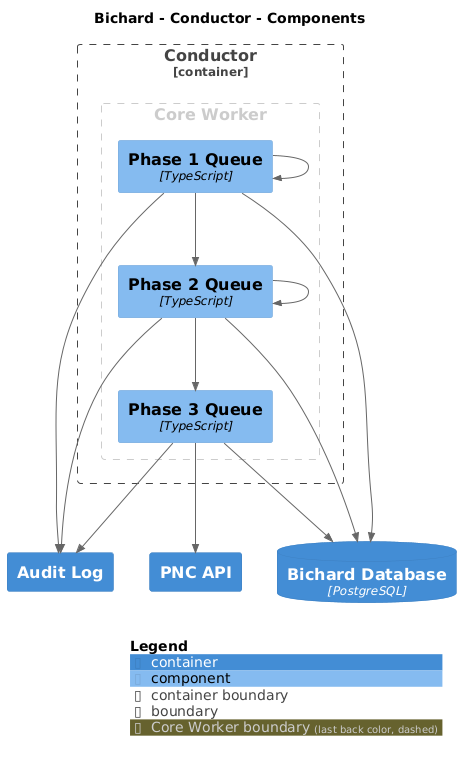
Earlier version of the PlantUML export main/png/Component-001.png (ministryofjustice/bichard7-next-core).
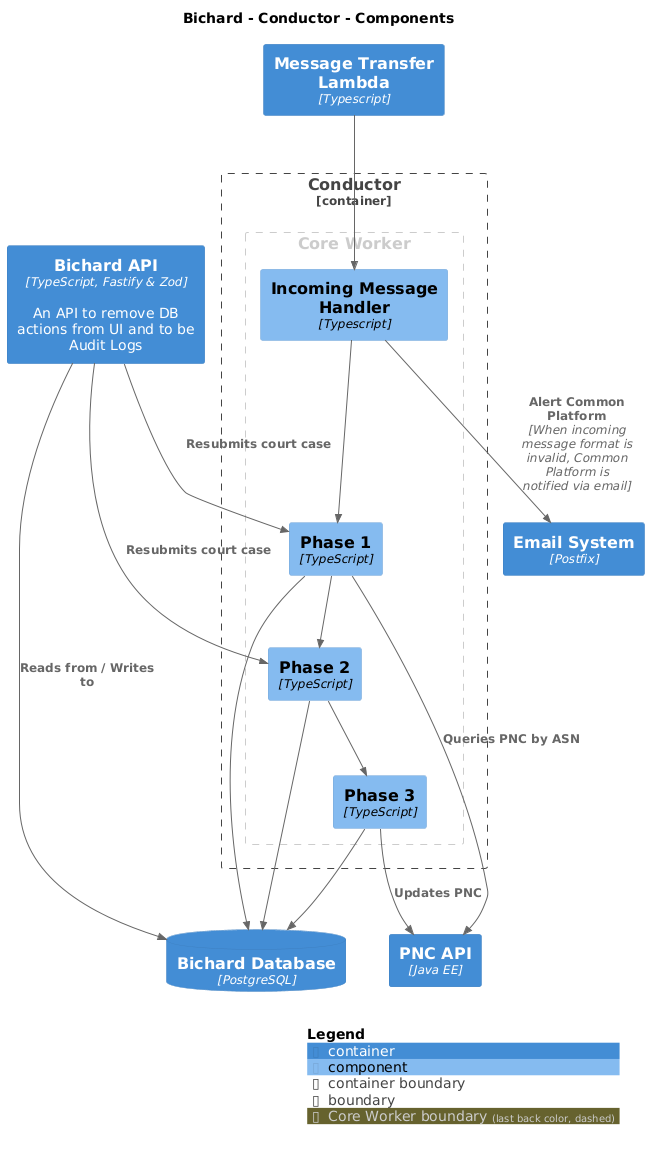
The same diagram one commit later.

The edit, as a diff of the source:
```diff
@@ -9,31 +9,36 @@
 !include <C4/C4_Container>
 !include <C4/C4_Component>
 
+Container(Bichard.MessageTransferLambda, "Message Transfer Lambda", $techn="Typescript", $descr="", $tags="", $link="")
 ContainerDb(Bichard.BichardDatabase, "Bichard Database", $techn="PostgreSQL", $descr="", $tags="", $link="")
-Container(Bichard.AuditLog, "Audit Log", $techn="", $descr="", $tags="", $link="")
-Container(Bichard.PNCAPI, "PNC API", $techn="", $descr="", $tags="", $link="")
+Container(Bichard.EmailSystem, "Email System", $techn="Postfix", $descr="", $tags="", $link="")
+Container(Bichard.PNCAPI, "PNC API", $techn="Java EE", $descr="", $tags="", $link="")
+Container(Bichard.BichardAPI, "Bichard API", $techn="TypeScript, Fastify & Zod", $descr="An API to remove DB actions from UI and to be Audit Logs", $tags="", $link="")
 
 Container_Boundary("Bichard.Conductor_boundary", "Conductor", $tags="") {
   AddBoundaryTag("Core Worker", $borderColor="#cccccc", $fontColor="#cccccc", $borderStyle="dashed")
   Boundary(group_1, "Core Worker", $tags="Core Worker") {
-    Component(Bichard.Conductor.Phase1Queue, "Phase 1 Queue", $techn="TypeScript", $descr="", $tags="", $link="")
-    Component(Bichard.Conductor.Phase2Queue, "Phase 2 Queue", $techn="TypeScript", $descr="", $tags="", $link="")
-    Component(Bichard.Conductor.Phase3Queue, "Phase 3 Queue", $techn="TypeScript", $descr="", $tags="", $link="")
+    Component(Bichard.Conductor.IncomingMessageHandler, "Incoming Message Handler", $techn="Typescript", $descr="", $tags="", $link="")
+    Component(Bichard.Conductor.Phase1, "Phase 1", $techn="TypeScript", $descr="", $tags="", $link="")
+    Component(Bichard.Conductor.Phase2, "Phase 2", $techn="TypeScript", $descr="", $tags="", $link="")
+    Component(Bichard.Conductor.Phase3, "Phase 3", $techn="TypeScript", $descr="", $tags="", $link="")
   }
 
 }
 
-Rel(Bichard.Conductor.Phase1Queue, Bichard.Conductor.Phase1Queue, "", $techn="", $tags="", $link="")
-Rel(Bichard.Conductor.Phase1Queue, Bichard.Conductor.Phase2Queue, "", $techn="", $tags="", $link="")
-Rel(Bichard.Conductor.Phase2Queue, Bichard.Conductor.Phase2Queue, "", $techn="", $tags="", $link="")
-Rel(Bichard.Conductor.Phase2Queue, Bichard.Conductor.Phase3Queue, "", $techn="", $tags="", $link="")
-Rel(Bichard.Conductor.Phase1Queue, Bichard.AuditLog, "", $techn="", $tags="", $link="")
-Rel(Bichard.Conductor.Phase2Queue, Bichard.AuditLog, "", $techn="", $tags="", $link="")
-Rel(Bichard.Conductor.Phase3Queue, Bichard.AuditLog, "", $techn="", $tags="", $link="")
-Rel(Bichard.Conductor.Phase3Queue, Bichard.PNCAPI, "", $techn="", $tags="", $link="")
-Rel(Bichard.Conductor.Phase1Queue, Bichard.BichardDatabase, "", $techn="", $tags="", $link="")
-Rel(Bichard.Conductor.Phase2Queue, Bichard.BichardDatabase, "", $techn="", $tags="", $link="")
-Rel(Bichard.Conductor.Phase3Queue, Bichard.BichardDatabase, "", $techn="", $tags="", $link="")
+Rel(Bichard.MessageTransferLambda, Bichard.Conductor.IncomingMessageHandler, "", $techn="", $tags="", $link="")
+Rel(Bichard.Conductor.IncomingMessageHandler, Bichard.Conductor.Phase1, "", $techn="", $tags="", $link="")
+Rel(Bichard.Conductor.Phase1, Bichard.Conductor.Phase2, "", $techn="", $tags="", $link="")
+Rel(Bichard.Conductor.Phase2, Bichard.Conductor.Phase3, "", $techn="", $tags="", $link="")
+Rel(Bichard.Conductor.Phase1, Bichard.PNCAPI, "Queries PNC by ASN", $techn="", $tags="", $link="")
+Rel(Bichard.Conductor.Phase3, Bichard.PNCAPI, "Updates PNC", $techn="", $tags="", $link="")
+Rel(Bichard.Conductor.Phase1, Bichard.BichardDatabase, "", $techn="", $tags="", $link="")
+Rel(Bichard.Conductor.Phase2, Bichard.BichardDatabase, "", $techn="", $tags="", $link="")
+Rel(Bichard.Conductor.Phase3, Bichard.BichardDatabase, "", $techn="", $tags="", $link="")
+Rel(Bichard.Conductor.IncomingMessageHandler, Bichard.EmailSystem, "Alert Common Platform", $techn="When incoming message format is invalid, Common Platform is notified via email", $tags="", $link="")
+Rel(Bichard.BichardAPI, Bichard.Conductor.Phase1, "Resubmits court case", $techn="", $tags="", $link="")
+Rel(Bichard.BichardAPI, Bichard.Conductor.Phase2, "Resubmits court case", $techn="", $tags="", $link="")
+Rel(Bichard.BichardAPI, Bichard.BichardDatabase, "Reads from / Writes to", $techn="", $tags="", $link="")
 
 SHOW_LEGEND(true)
 @enduml
```
